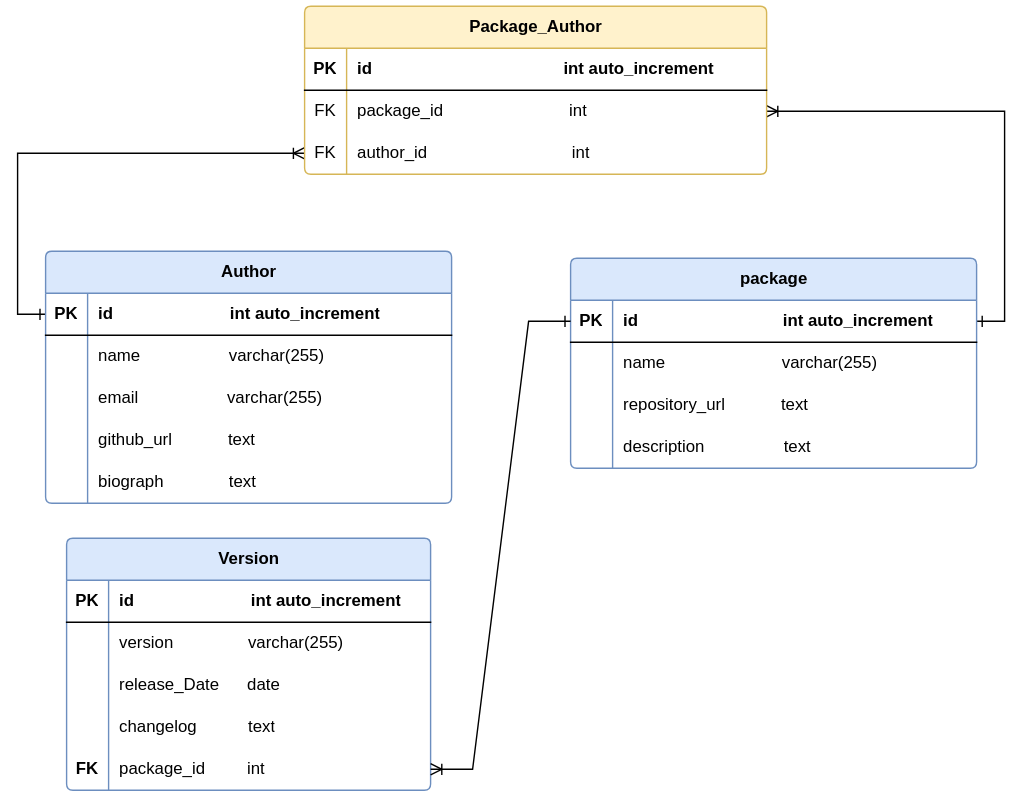
This is diagram/ERD.versionhub.drawio.svg from Youcode-Classe-E-2024-2025/Ahmed_Taoudi_package, a draw.io export, as it was before one commit. Source tidied: cells renumbered, new cells last; positions are measured from the earlier drawing's top-left corner, leaving out a move shared by most shapes.
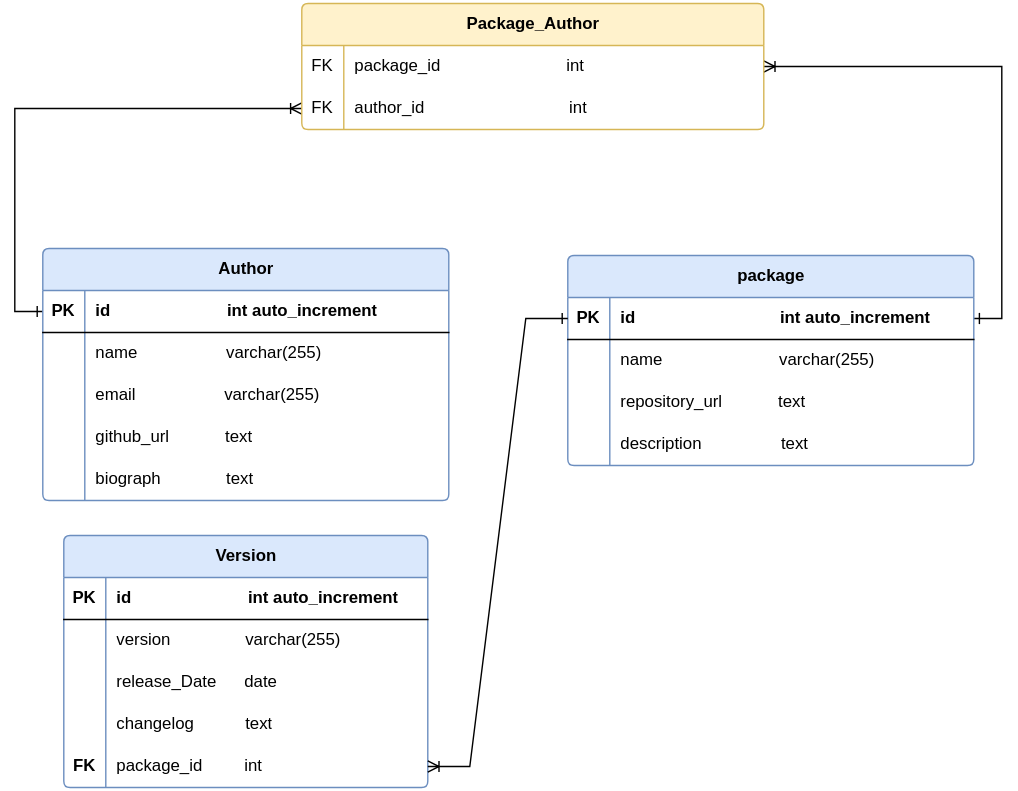
The same diagram one commit later.

Commit message:
modifier ERD

Change to the diagram source:
```diff
@@ -144,19 +144,10 @@
       <mxGeometry x="30" width="230" height="30" as="geometry" />
     </mxCell>
     <mxCell id="49" value="&lt;strong&gt;Package_Author&lt;/strong&gt;" style="shape=table;startSize=30;rowLines=0;fontStyle=1;align=center;html=1;labelBorderColor=none;rounded=1;arcSize=5;shadow=0;fillColor=#fff2cc;strokeColor=#d6b656;" parent="1" vertex="1">
-      <mxGeometry x="185" width="330" height="120" as="geometry" />
+      <mxGeometry x="185" width="330" height="90" as="geometry" />
     </mxCell>
-    <mxCell id="50" style="shape=tableRow;horizontal=0;startSize=0;swimlaneHead=0;swimlaneBody=0;fillColor=none;top=0;left=0;right=0;bottom=1;" parent="49" vertex="1">
-      <mxGeometry y="30" width="330" height="30" as="geometry" />
-    </mxCell>
-    <mxCell id="51" value="PK" style="shape=partialRectangle;fillColor=none;top=0;left=0;bottom=0;right=0;fontStyle=1;overflow=hidden;whiteSpace=wrap;html=1;" parent="50" vertex="1">
-      <mxGeometry width="30" height="30" as="geometry" />
-    </mxCell>
-    <mxCell id="52" value="id&amp;nbsp; &amp;nbsp; &amp;nbsp; &amp;nbsp; &amp;nbsp; &amp;nbsp; &amp;nbsp; &amp;nbsp; &amp;nbsp; &amp;nbsp; &amp;nbsp; &amp;nbsp; &amp;nbsp; &amp;nbsp; &amp;nbsp; &amp;nbsp; &amp;nbsp; &amp;nbsp; &amp;nbsp; &amp;nbsp; &amp;nbsp;int auto_increment" style="shape=partialRectangle;fillColor=none;top=0;left=0;bottom=0;right=0;align=left;spacingLeft=6;fontStyle=1;overflow=hidden;whiteSpace=wrap;html=1;" parent="50" vertex="1">
-      <mxGeometry x="30" width="300" height="30" as="geometry" />
-    </mxCell>
     <mxCell id="53" style="shape=tableRow;horizontal=0;startSize=0;swimlaneHead=0;swimlaneBody=0;fillColor=none;points=[[0,0.5],[1,0.5]];portConstraint=eastwest;top=0;left=0;right=0;bottom=0;" parent="49" vertex="1">
-      <mxGeometry y="60" width="330" height="30" as="geometry" />
+      <mxGeometry y="30" width="330" height="30" as="geometry" />
     </mxCell>
     <mxCell id="54" value="FK" style="shape=partialRectangle;fillColor=none;top=0;left=0;bottom=0;right=0;overflow=hidden;whiteSpace=wrap;html=1;" parent="53" vertex="1">
       <mxGeometry width="30" height="30" as="geometry" />
@@ -165,7 +156,7 @@
       <mxGeometry x="30" width="300" height="30" as="geometry" />
     </mxCell>
     <mxCell id="56" style="shape=tableRow;horizontal=0;startSize=0;swimlaneHead=0;swimlaneBody=0;fillColor=none;points=[[0,0.5],[1,0.5]];portConstraint=eastwest;top=0;left=0;right=0;bottom=0;" parent="49" vertex="1">
-      <mxGeometry y="90" width="330" height="30" as="geometry" />
+      <mxGeometry y="60" width="330" height="30" as="geometry" />
     </mxCell>
     <mxCell id="57" value="FK" style="shape=partialRectangle;fillColor=none;top=0;left=0;bottom=0;right=0;overflow=hidden;whiteSpace=wrap;html=1;" parent="56" vertex="1">
       <mxGeometry width="30" height="30" as="geometry" />
```
